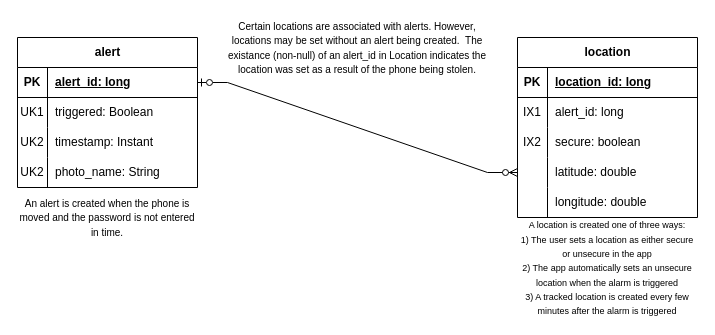
This is work/erd.drawio from ddc-java-17/leave-me-alone-reedsearle, a draw.io file, before an edit. Source tidied: cells renumbered, new cells numbered last; positions are measured from the earlier drawing's top-left corner, leaving out a move shared by most shapes. Both pictures are drawn from the tidied source at 100%, with x=0, y=0 at pixel (17, 17).
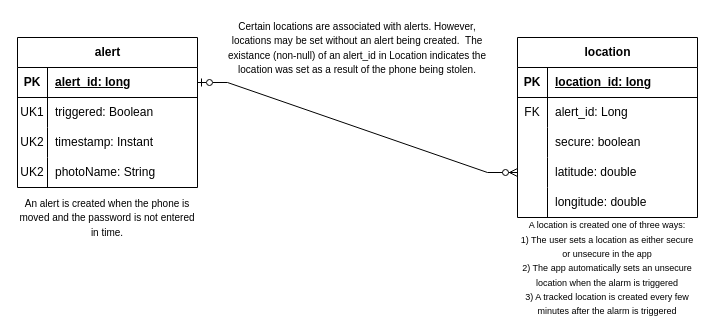
The same diagram, later.

The change refers to these unchanged cells:
```xml
<mxCell id="12" style="shape=tableRow;horizontal=0;startSize=0;swimlaneHead=0;swimlaneBody=0;fillColor=none;top=0;left=0;right=0;bottom=0;" parent="2" vertex="1">
  <mxGeometry y="120" width="180" height="30" as="geometry" />
</mxCell>
<mxCell id="19" style="shape=tableRow;horizontal=0;startSize=0;swimlaneHead=0;swimlaneBody=0;fillColor=none;top=0;left=0;right=0;bottom=0;" parent="15" vertex="1">
  <mxGeometry y="60" width="180" height="30" as="geometry" />
</mxCell>
<mxCell id="22" style="shape=tableRow;horizontal=0;startSize=0;swimlaneHead=0;swimlaneBody=0;fillColor=none;top=0;left=0;right=0;bottom=0;" parent="15" vertex="1">
  <mxGeometry y="90" width="180" height="30" as="geometry" />
</mxCell>
```

Change to the diagram source:
```diff
@@
-    <mxCell id="14" value="photo_name: String" style="shape=partialRectangle;fillColor=none;top=0;left=0;bottom=0;right=0;align=left;spacingLeft=6;overflow=hidden;whiteSpace=wrap;html=1;" parent="12" vertex="1">
+    <mxCell id="14" value="photoName: String" style="shape=partialRectangle;fillColor=none;top=0;left=0;bottom=0;right=0;align=left;spacingLeft=6;overflow=hidden;whiteSpace=wrap;html=1;" parent="12" vertex="1">
       <mxGeometry x="30" width="150" height="30" as="geometry" />
     </mxCell>
@@
-    <mxCell id="20" value="IX1" style="shape=partialRectangle;fillColor=none;top=0;left=0;bottom=0;right=0;overflow=hidden;whiteSpace=wrap;html=1;" parent="19" vertex="1">
+    <mxCell id="20" value="FK" style="shape=partialRectangle;fillColor=none;top=0;left=0;bottom=0;right=0;overflow=hidden;whiteSpace=wrap;html=1;" parent="19" vertex="1">
       <mxGeometry width="30" height="30" as="geometry" />
     </mxCell>
-    <mxCell id="21" value="alert_id: long" style="shape=partialRectangle;fillColor=none;top=0;left=0;bottom=0;right=0;align=left;spacingLeft=6;overflow=hidden;whiteSpace=wrap;html=1;" parent="19" vertex="1">
+    <mxCell id="21" value="alert_id: Long" style="shape=partialRectangle;fillColor=none;top=0;left=0;bottom=0;right=0;align=left;spacingLeft=6;overflow=hidden;whiteSpace=wrap;html=1;" parent="19" vertex="1">
       <mxGeometry x="30" width="150" height="30" as="geometry" />
     </mxCell>
@@
-    <mxCell id="23" value="IX2" style="shape=partialRectangle;fillColor=none;top=0;left=0;bottom=0;right=0;overflow=hidden;whiteSpace=wrap;html=1;" parent="22" vertex="1">
+    <mxCell id="23" style="shape=partialRectangle;fillColor=none;top=0;left=0;bottom=0;right=0;overflow=hidden;whiteSpace=wrap;html=1;" parent="22" vertex="1">
       <mxGeometry width="30" height="30" as="geometry" />
     </mxCell>
```
